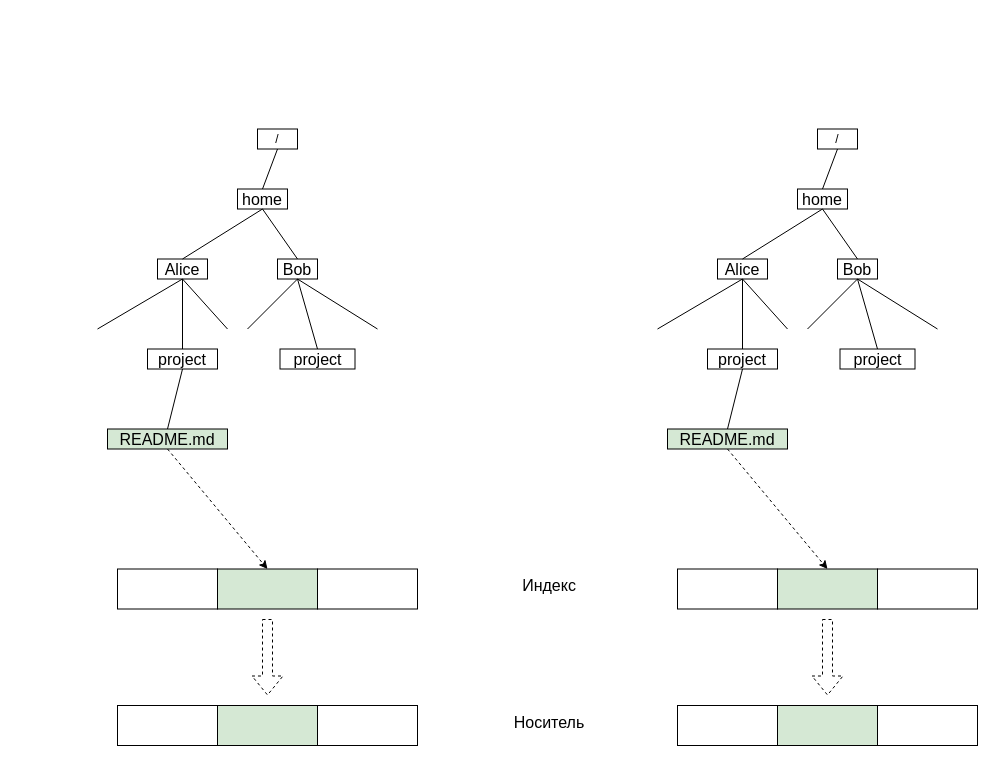
77maxikov/os_course keeps this draw.io diagram as page "h/s link_01" (6 of 17) of slides/extsto.drawio. Above is the earlier version. Source tidied: cells renumbered, new cells numbered last; positions are measured from the earlier drawing's top-left corner, leaving out a move shared by most shapes. Both pictures are drawn from the tidied source at 100%, with x=0, y=0 at pixel (97, 129).
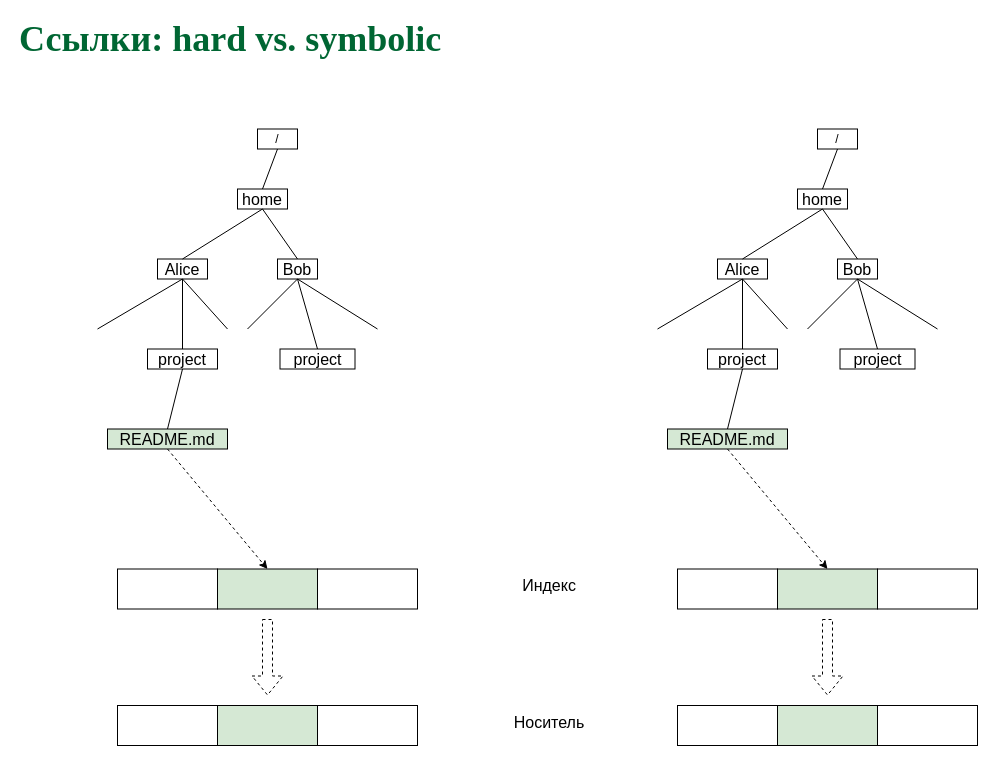
The same page after the edit.

The edit, as a diff of the source:
```diff
@@
+    <mxCell id="54" value="&lt;font color=&quot;#006633&quot; face=&quot;garamond&quot;&gt;&lt;span style=&quot;font-size: 36px&quot;&gt;&lt;b&gt;Ссылки: hard vs. symbolic&lt;/b&gt;&lt;/span&gt;&lt;/font&gt;" style="text;html=1;align=left;verticalAlign=middle;whiteSpace=wrap;rounded=0;" parent="1" vertex="1">
+      <mxGeometry x="-80" y="-100.5" width="920" height="20" as="geometry" />
+    </mxCell>
```
